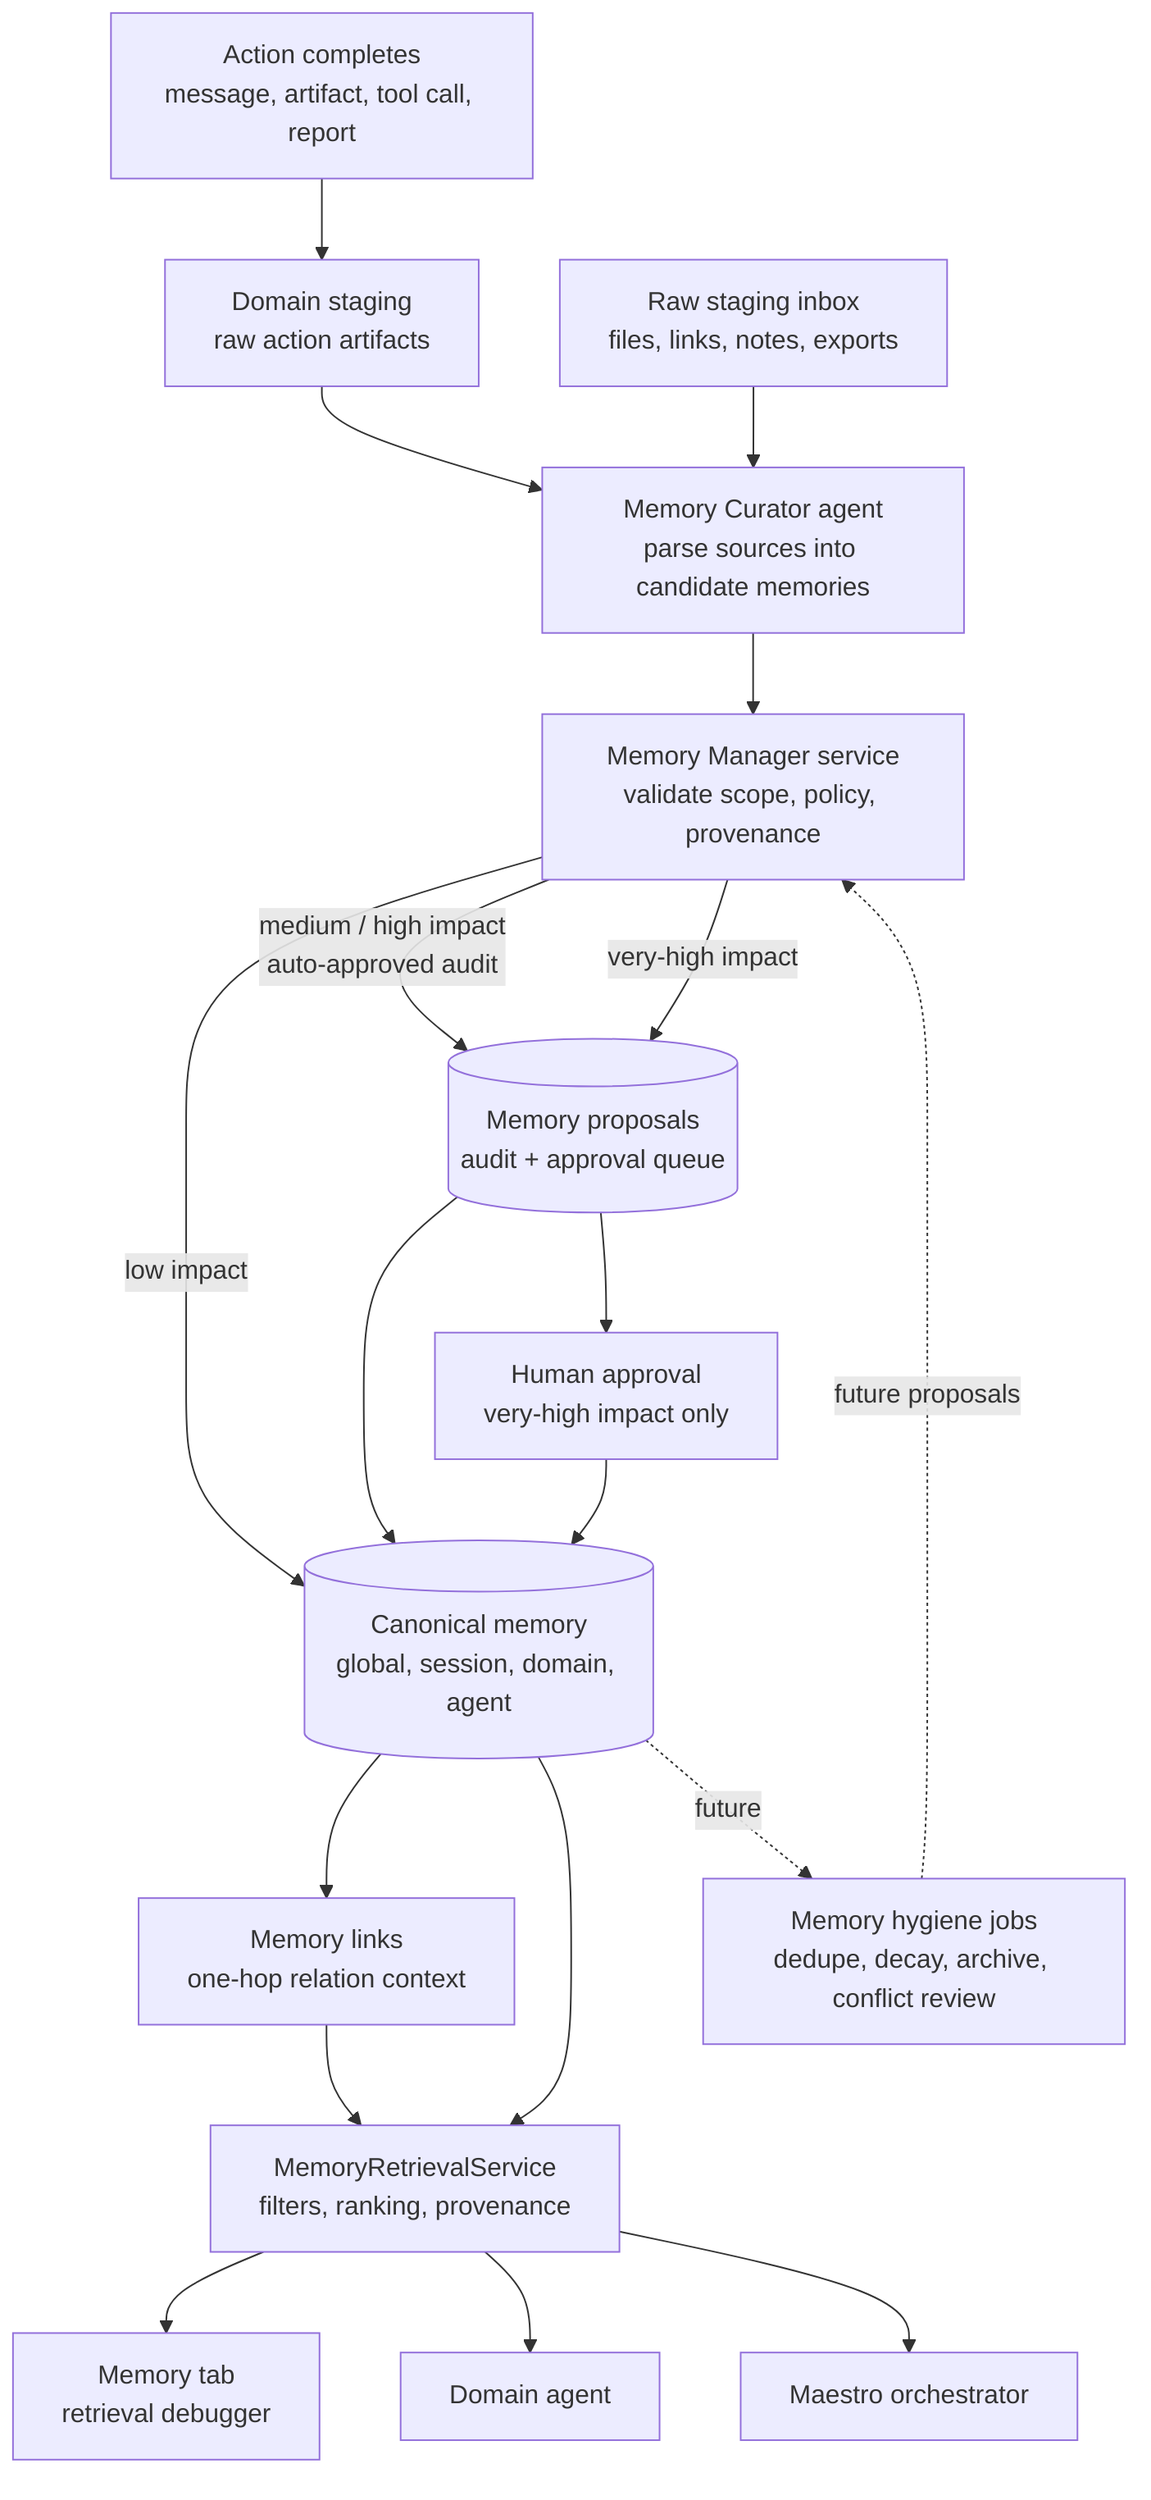
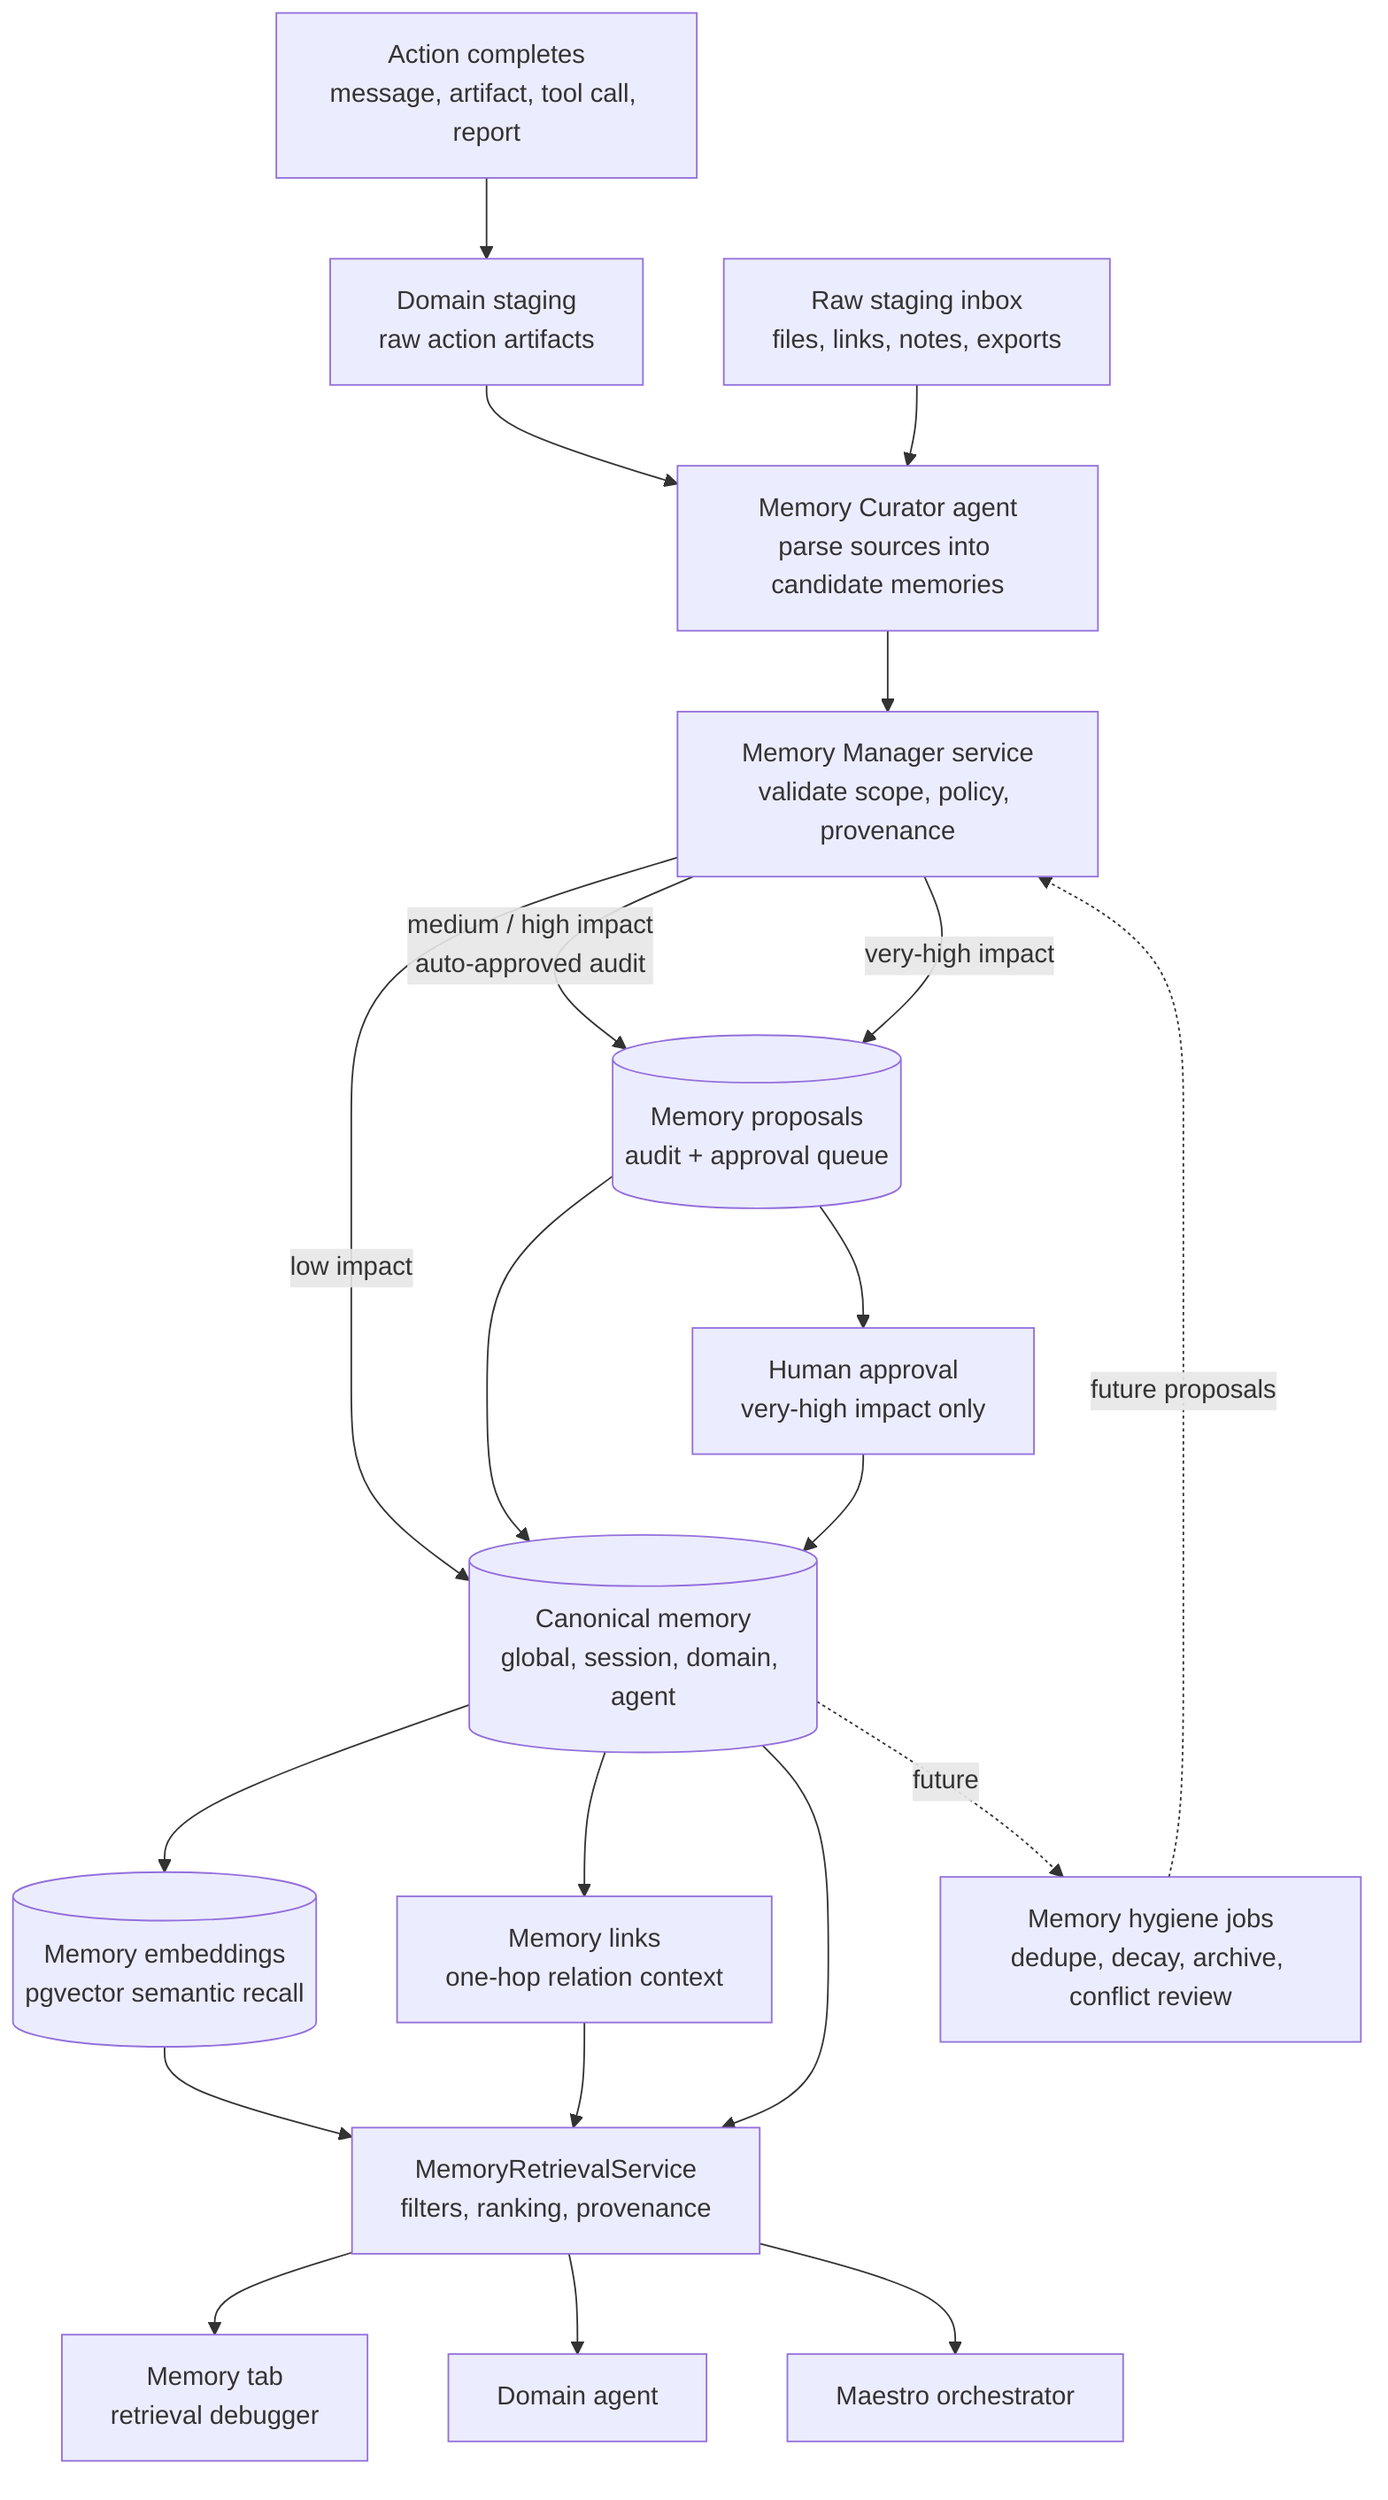
flowchart TD
    Action["Action completes<br/>message, artifact, tool call, report"]
    DomainStage["Domain staging<br/>raw action artifacts"]
    DumpStage["Raw staging inbox<br/>files, links, notes, exports"]
    Curator["Memory Curator agent<br/>parse sources into candidate memories"]
    Service["Memory Manager service<br/>validate scope, policy, provenance"]
    Canonical[("Canonical memory<br/>global, session, domain, agent")]
+     Embeddings[("Memory embeddings<br/>pgvector semantic recall")]
    Proposal[("Memory proposals<br/>audit + approval queue")]
    Approval["Human approval<br/>very-high impact only"]
    Retrieval["MemoryRetrievalService<br/>filters, ranking, provenance"]
    Links["Memory links<br/>one-hop relation context"]
    Debug["Memory tab<br/>retrieval debugger"]
    Agent["Domain agent"]
    Maestro["Maestro orchestrator"]
    Hygiene["Memory hygiene jobs<br/>dedupe, decay, archive, conflict review"]

    Action --> DomainStage
    DumpStage --> Curator
    DomainStage --> Curator
    Curator --> Service
    Service -->|"low impact"| Canonical
    Service -->|"medium / high impact<br/>auto-approved audit"| Proposal
    Proposal --> Canonical
    Service -->|"very-high impact"| Proposal
    Proposal --> Approval
    Approval --> Canonical
+     Canonical --> Embeddings
    Canonical --> Links
+     Embeddings --> Retrieval
    Links --> Retrieval
    Canonical --> Retrieval
    Retrieval --> Debug
    Retrieval --> Agent
    Retrieval --> Maestro
    Canonical -. future .-> Hygiene
    Hygiene -. future proposals .-> Service
